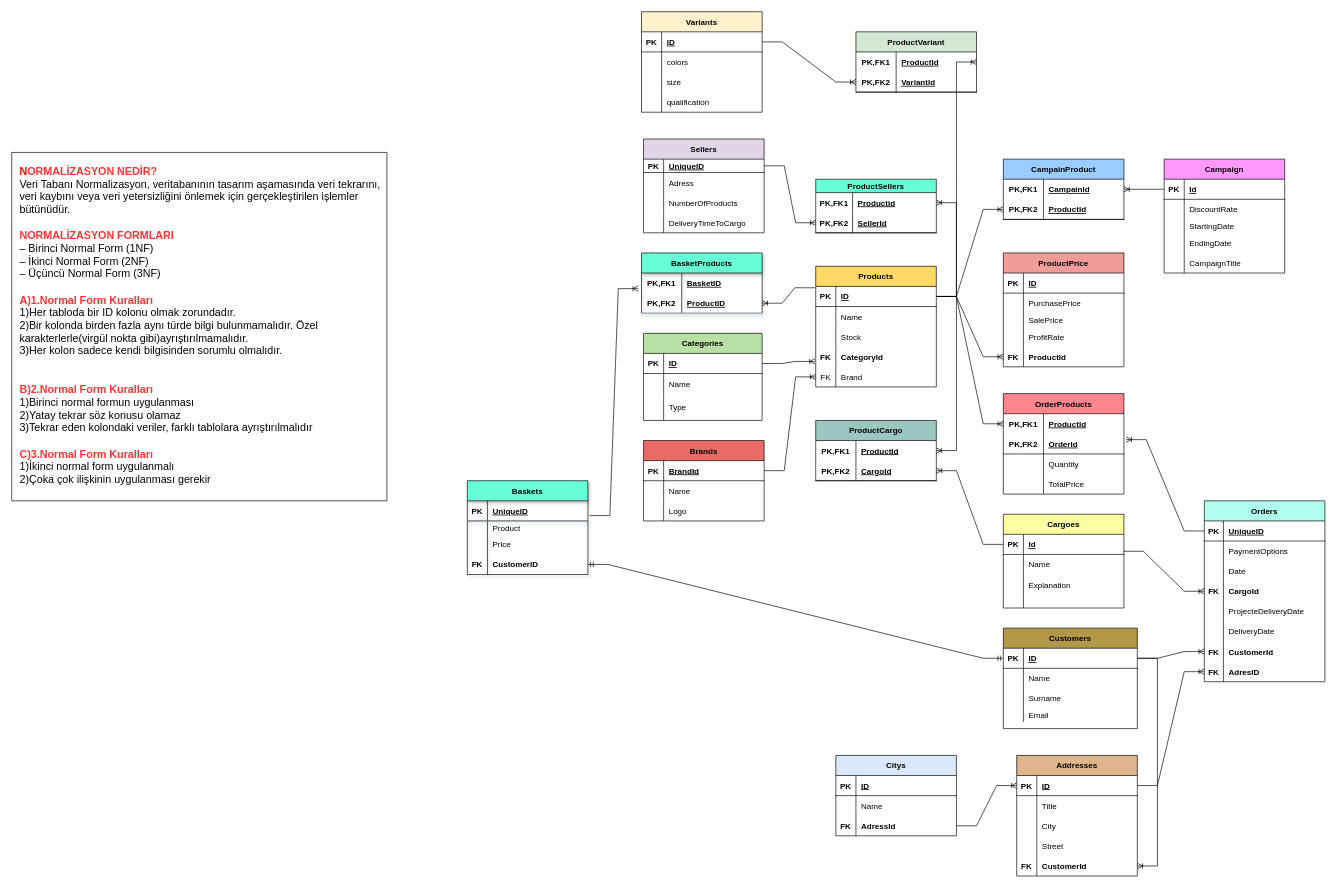
GulbaharErgelen/veri-modelleme keeps this draw.io diagram as page "Sayfa -1" (3 of 4) of Başlıksız Diyagram.drawio. Above is the earlier version. Source tidied: cells renumbered, new cells numbered last; positions are measured from the earlier drawing's top-left corner, leaving out a move shared by most shapes. Both pictures are drawn from the tidied source at 67%, with x=0, y=0 at pixel (11, 11).
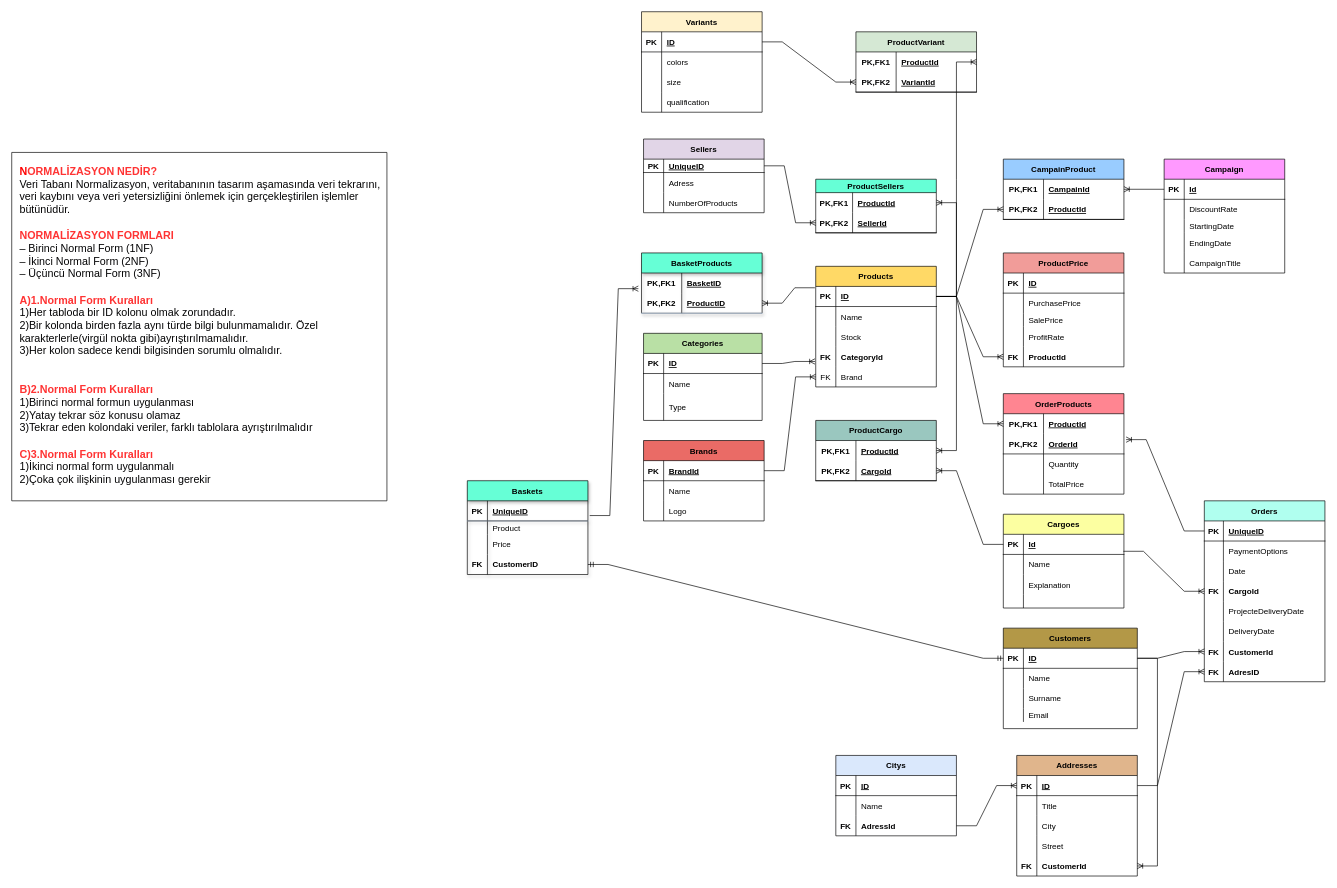
Above is the later version.

Diff of the diagram source:
```diff
@@
     <mxCell id="137" value="Sellers" style="shape=table;startSize=30;childLayout=tableLayout;rowLines=0;fontStyle=1;align=center;fillColor=#E1D5E7;" parent="1" vertex="1">
-      <mxGeometry x="943" y="190" width="180" height="140" as="geometry" />
+      <mxGeometry x="943" y="190" width="180" height="110" as="geometry" />
     </mxCell>
@@
-    <mxCell id="147" style="shape=tableRow;horizontal=0;startSize=0;swimlaneHead=0;swimlaneBody=0;fillColor=none;top=0;left=0;right=0;bottom=0;" parent="137" vertex="1">
-      <mxGeometry y="110" width="180" height="30" as="geometry" />
-    </mxCell>
-    <mxCell id="148" style="shape=partialRectangle;fillColor=none;top=0;left=0;bottom=0;right=0;overflow=hidden;" parent="147" vertex="1">
-      <mxGeometry width="30" height="30" as="geometry" />
-    </mxCell>
-    <mxCell id="149" value="DeliveryTimeToCargo" style="shape=partialRectangle;fillColor=none;top=0;left=0;bottom=0;right=0;align=left;spacingLeft=6;overflow=hidden;" parent="147" vertex="1">
-      <mxGeometry x="30" width="150" height="30" as="geometry" />
-    </mxCell>
```
